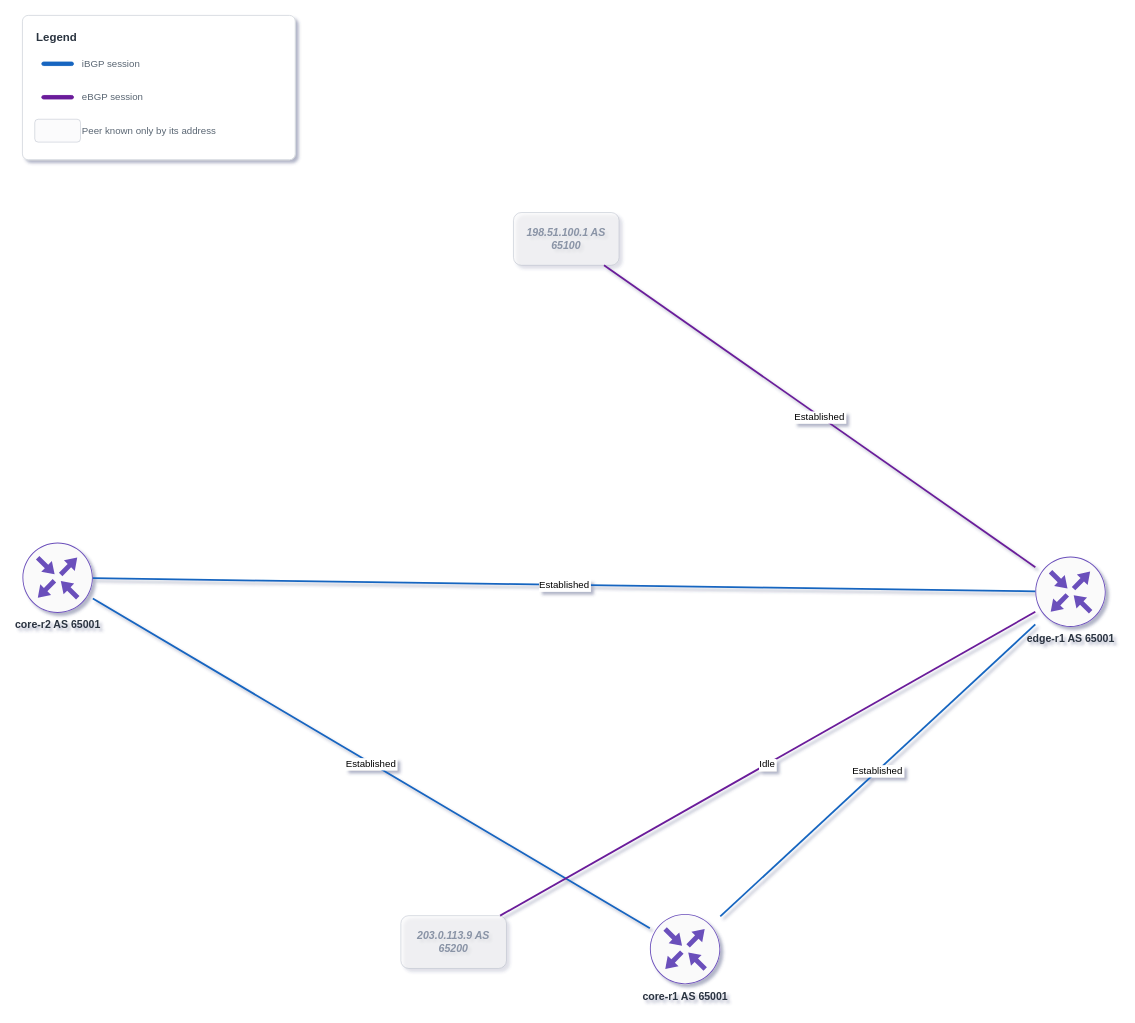
The draw.io diagram examples/bgp-edge/diagrams/bgp/bgp.drawio in isrferna/nettopo, before the edit. Source tidied: cells renumbered, new cells numbered last; positions are measured from the earlier drawing's top-left corner, leaving out a move shared by most shapes. Both pictures are drawn from the tidied source at 88%, with x=0, y=0 at pixel (22, 15).
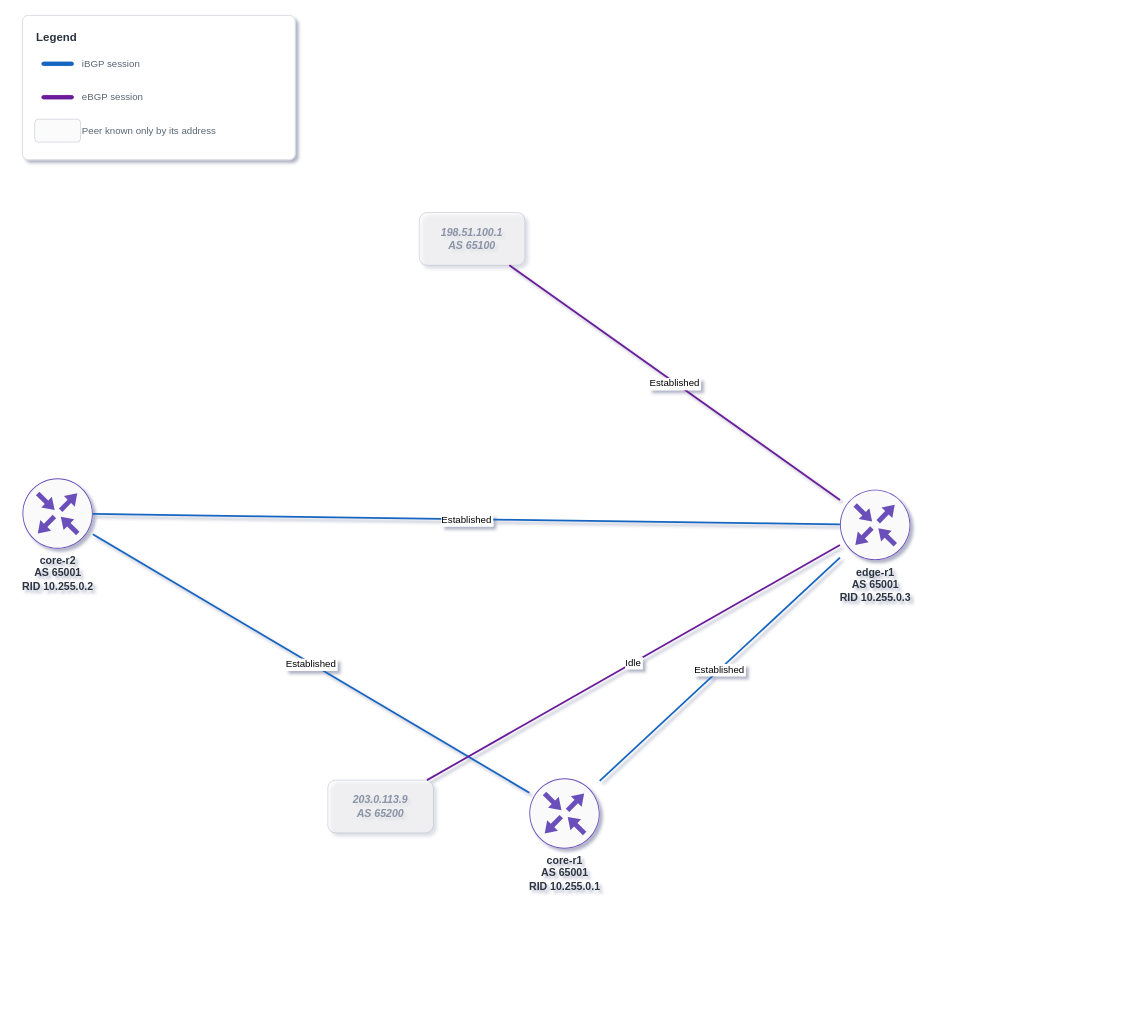
After the change.

Change to the diagram source:
```diff
@@
 <mxGraphModel shadow="1">
   <root>
     <mxCell id="0" />
     <mxCell id="1" parent="0" />
-    <mxCell id="2" value="core-r1 AS 65001" style="shape=mxgraph.cisco19.rect;prIcon=router;strokeColor=#6B4FBB;sketch=0;html=1;verticalLabelPosition=bottom;verticalAlign=top;align=center;outlineConnect=0;fillColor=#FAFAFA;fontSize=12;fontColor=#2B3440;fontStyle=1;" parent="1" vertex="1">
-      <mxGeometry x="713" y="1021" width="80" height="80" as="geometry" />
+    <mxCell id="2" value="core-r1&lt;br&gt;AS 65001&lt;br&gt;RID 10.255.0.1" style="shape=mxgraph.cisco19.rect;prIcon=router;strokeColor=#6B4FBB;sketch=0;html=1;verticalLabelPosition=bottom;verticalAlign=top;align=center;outlineConnect=0;fillColor=#FAFAFA;fontSize=12;fontColor=#2B3440;fontStyle=1;" parent="1" vertex="1">
+      <mxGeometry x="576" y="867" width="80" height="80" as="geometry" />
     </mxCell>
-    <mxCell id="3" value="core-r2 AS 65001" style="shape=mxgraph.cisco19.rect;prIcon=router;strokeColor=#6B4FBB;sketch=0;html=1;verticalLabelPosition=bottom;verticalAlign=top;align=center;outlineConnect=0;fillColor=#FAFAFA;fontSize=12;fontColor=#2B3440;fontStyle=1;" parent="1" vertex="1">
-      <mxGeometry y="599" width="80" height="80" as="geometry" />
+    <mxCell id="3" value="core-r2&lt;br&gt;AS 65001&lt;br&gt;RID 10.255.0.2" style="shape=mxgraph.cisco19.rect;prIcon=router;strokeColor=#6B4FBB;sketch=0;html=1;verticalLabelPosition=bottom;verticalAlign=top;align=center;outlineConnect=0;fillColor=#FAFAFA;fontSize=12;fontColor=#2B3440;fontStyle=1;" parent="1" vertex="1">
+      <mxGeometry y="526" width="80" height="80" as="geometry" />
     </mxCell>
-    <mxCell id="4" value="edge-r1 AS 65001" style="shape=mxgraph.cisco19.rect;prIcon=router;strokeColor=#6B4FBB;sketch=0;html=1;verticalLabelPosition=bottom;verticalAlign=top;align=center;outlineConnect=0;fillColor=#FAFAFA;fontSize=12;fontColor=#2B3440;fontStyle=1;" parent="1" vertex="1">
-      <mxGeometry x="1151" y="615" width="80" height="80" as="geometry" />
+    <mxCell id="4" value="edge-r1&lt;br&gt;AS 65001&lt;br&gt;RID 10.255.0.3" style="shape=mxgraph.cisco19.rect;prIcon=router;strokeColor=#6B4FBB;sketch=0;html=1;verticalLabelPosition=bottom;verticalAlign=top;align=center;outlineConnect=0;fillColor=#FAFAFA;fontSize=12;fontColor=#2B3440;fontStyle=1;" parent="1" vertex="1">
+      <mxGeometry x="929" y="539" width="80" height="80" as="geometry" />
     </mxCell>
-    <mxCell id="5" value="198.51.100.1 AS 65100" style="rounded=1;whiteSpace=wrap;html=1;fillColor=#F4F5F7;strokeColor=#98A2B3;opacity=40;fontColor=#8A94A6;fontStyle=3;" parent="1" vertex="1">
-      <mxGeometry x="558" y="224" width="120" height="60" as="geometry" />
+    <mxCell id="5" value="198.51.100.1&lt;br&gt;AS 65100" style="rounded=1;whiteSpace=wrap;html=1;fillColor=#F4F5F7;strokeColor=#98A2B3;opacity=40;fontColor=#8A94A6;fontStyle=3;" parent="1" vertex="1">
+      <mxGeometry x="451" y="224" width="120" height="60" as="geometry" />
     </mxCell>
-    <mxCell id="6" value="203.0.113.9 AS 65200" style="rounded=1;whiteSpace=wrap;html=1;fillColor=#F4F5F7;strokeColor=#98A2B3;opacity=40;fontColor=#8A94A6;fontStyle=3;" parent="1" vertex="1">
-      <mxGeometry x="430" y="1023" width="120" height="60" as="geometry" />
+    <mxCell id="6" value="203.0.113.9&lt;br&gt;AS 65200" style="rounded=1;whiteSpace=wrap;html=1;fillColor=#F4F5F7;strokeColor=#98A2B3;opacity=40;fontColor=#8A94A6;fontStyle=3;" parent="1" vertex="1">
+      <mxGeometry x="347" y="869" width="120" height="60" as="geometry" />
     </mxCell>
     <mxCell id="7" value="Established" style="endArrow=none;strokeColor=#1565C0;strokeWidth=2;" parent="1" edge="1" source="2" target="3">
       <mxGeometry relative="1" as="geometry" />
     </mxCell>
     <mxCell id="8" value="Established" style="endArrow=none;strokeColor=#1565C0;strokeWidth=2;" parent="1" edge="1" source="2" target="4">
       <mxGeometry relative="1" as="geometry" />
     </mxCell>
     <mxCell id="9" value="Established" style="endArrow=none;strokeColor=#1565C0;strokeWidth=2;" parent="1" edge="1" source="3" target="4">
       <mxGeometry relative="1" as="geometry" />
     </mxCell>
     <mxCell id="10" value="Established" style="endArrow=none;strokeColor=#6A1B9A;strokeWidth=2;" parent="1" edge="1" source="4" target="5">
       <mxGeometry relative="1" as="geometry" />
     </mxCell>
     <mxCell id="11" value="Idle" style="endArrow=none;strokeColor=#6A1B9A;strokeWidth=2;" parent="1" edge="1" source="4" target="6">
       <mxGeometry relative="1" as="geometry" />
     </mxCell>
     <mxCell id="12" style="rounded=1;arcSize=4;html=1;fillColor=#FFFFFF;strokeColor=#D5DAE0;verticalAlign=top;align=left;spacingLeft=8;" parent="1" vertex="1">
       <mxGeometry width="310" height="164" as="geometry" />
     </mxCell>
     <mxCell id="13" value="Legend" style="text;html=1;align=left;verticalAlign=middle;fontSize=13;fontStyle=1;fontColor=#2B3440;" parent="1" vertex="1">
       <mxGeometry x="14" y="14" width="282" height="22" as="geometry" />
     </mxCell>
     <mxCell id="14" style="rounded=1;arcSize=50;html=1;fillColor=#1565C0;strokeColor=#1565C0;" parent="1" vertex="1">
       <mxGeometry x="22" y="53" width="36" height="4" as="geometry" />
     </mxCell>
     <mxCell id="15" value="iBGP session" style="text;html=1;align=left;verticalAlign=middle;fontSize=11;fontColor=#5A6673;" parent="1" vertex="1">
       <mxGeometry x="66" y="36" width="230" height="38" as="geometry" />
     </mxCell>
     <mxCell id="16" style="rounded=1;arcSize=50;html=1;fillColor=#6A1B9A;strokeColor=#6A1B9A;" parent="1" vertex="1">
       <mxGeometry x="22" y="91" width="36" height="4" as="geometry" />
     </mxCell>
     <mxCell id="17" value="eBGP session" style="text;html=1;align=left;verticalAlign=middle;fontSize=11;fontColor=#5A6673;" parent="1" vertex="1">
       <mxGeometry x="66" y="74" width="230" height="38" as="geometry" />
     </mxCell>
     <mxCell id="18" style="rounded=1;whiteSpace=wrap;html=1;fillColor=#F4F5F7;strokeColor=#98A2B3;opacity=40;fontColor=#8A94A6;fontStyle=3;verticalLabelPosition=middle;" parent="1" vertex="1">
       <mxGeometry x="14" y="118" width="52" height="26" as="geometry" />
     </mxCell>
     <mxCell id="19" value="Peer known only by its address" style="text;html=1;align=left;verticalAlign=middle;fontSize=11;fontColor=#5A6673;" parent="1" vertex="1">
       <mxGeometry x="66" y="112" width="230" height="38" as="geometry" />
     </mxCell>
   </root>
 </mxGraphModel>
```
